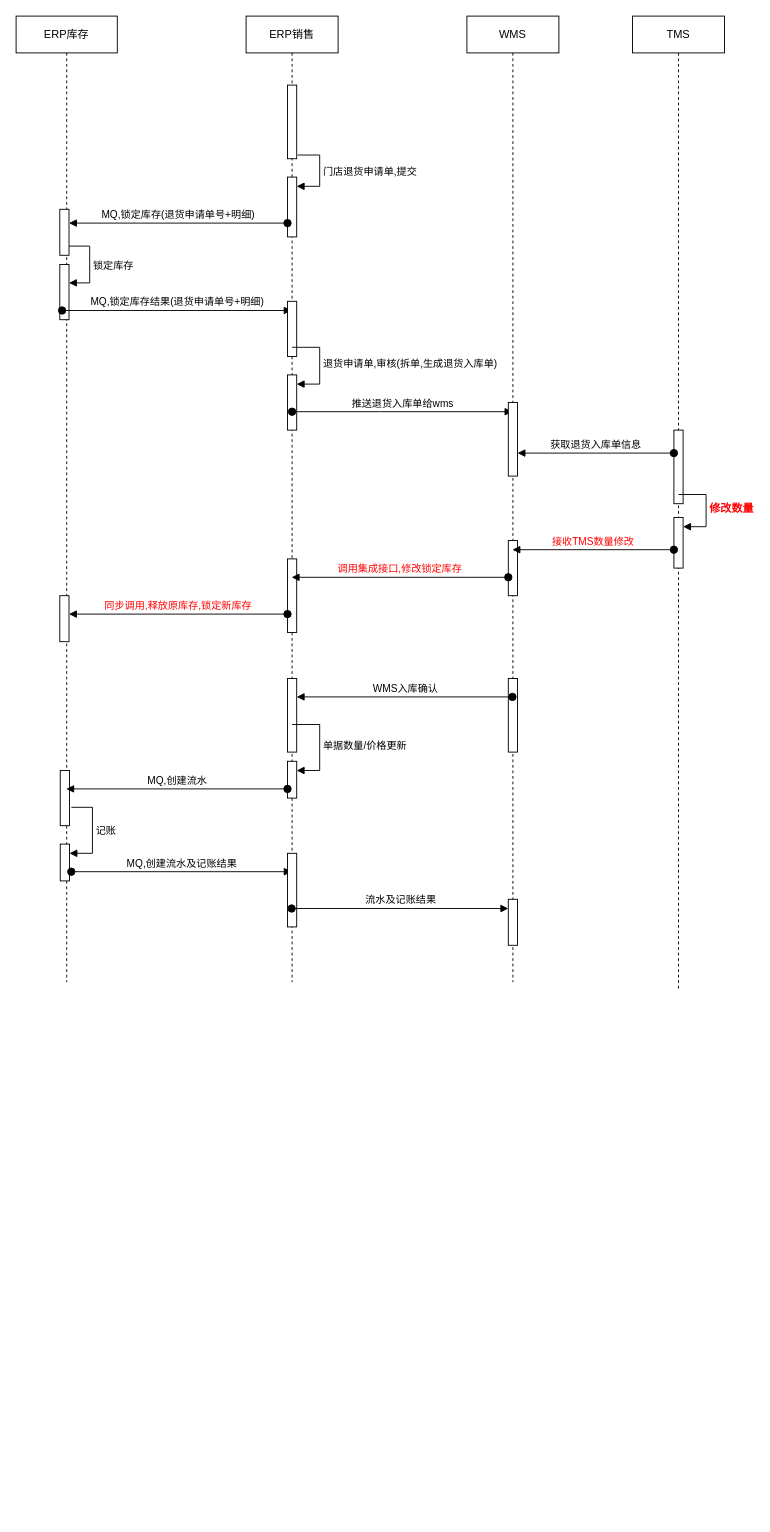
The draw.io diagram 退货无仓自动退.drawio in fengj1202/draw, before the edit. Source tidied: cells renumbered, new cells numbered last; positions are measured from the earlier drawing's top-left corner, leaving out a move shared by most shapes. Both pictures are drawn from the tidied source at 92%, with x=0, y=0 at pixel (16, 16).
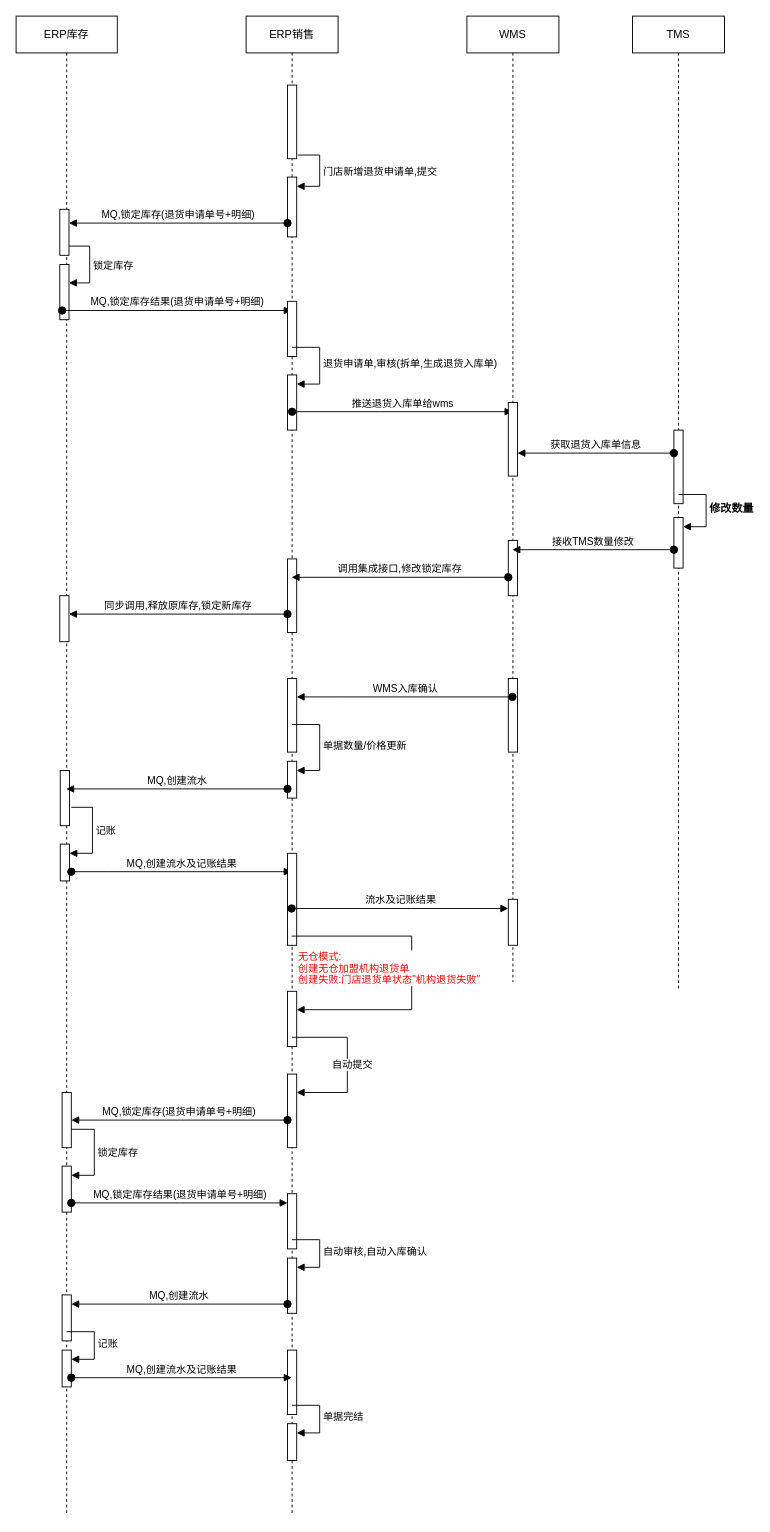
Above is the later version.

Commit message:
更新退货无仓自动退.drawio

The change refers to these unchanged cells:
```xml
<mxCell id="7" style="html=1;points=[];perimeter=orthogonalPerimeter;outlineConnect=0;targetShapes=umlLifeline;portConstraint=eastwest;newEdgeStyle={&quot;edgeStyle&quot;:&quot;elbowEdgeStyle&quot;,&quot;elbow&quot;:&quot;vertical&quot;,&quot;curved&quot;:0,&quot;rounded&quot;:0};" parent="2" vertex="1">
  <mxGeometry x="47.5" y="630" width="10" height="50" as="geometry" />
</mxCell>
<mxCell id="13" style="html=1;points=[];perimeter=orthogonalPerimeter;outlineConnect=0;targetShapes=umlLifeline;portConstraint=eastwest;newEdgeStyle={&quot;edgeStyle&quot;:&quot;elbowEdgeStyle&quot;,&quot;elbow&quot;:&quot;vertical&quot;,&quot;curved&quot;:0,&quot;rounded&quot;:0};" parent="12" vertex="1">
  <mxGeometry x="45" y="75" width="10" height="80" as="geometry" />
</mxCell>
<mxCell id="14" style="html=1;points=[];perimeter=orthogonalPerimeter;outlineConnect=0;targetShapes=umlLifeline;portConstraint=eastwest;newEdgeStyle={&quot;edgeStyle&quot;:&quot;elbowEdgeStyle&quot;,&quot;elbow&quot;:&quot;vertical&quot;,&quot;curved&quot;:0,&quot;rounded&quot;:0};" parent="12" vertex="1">
  <mxGeometry x="45" y="175" width="10" height="65" as="geometry" />
</mxCell>
<mxCell id="20" style="html=1;points=[];perimeter=orthogonalPerimeter;outlineConnect=0;targetShapes=umlLifeline;portConstraint=eastwest;newEdgeStyle={&quot;edgeStyle&quot;:&quot;elbowEdgeStyle&quot;,&quot;elbow&quot;:&quot;vertical&quot;,&quot;curved&quot;:0,&quot;rounded&quot;:0};" parent="12" vertex="1">
  <mxGeometry x="45" y="590" width="10" height="80" as="geometry" />
</mxCell>
<mxCell id="25" value="WMS" style="shape=umlLifeline;perimeter=lifelinePerimeter;whiteSpace=wrap;html=1;outlineConnect=0;" parent="1" vertex="1">
  <mxGeometry x="490" width="100" height="1050" as="geometry" />
</mxCell>
<mxCell id="27" style="html=1;points=[];perimeter=orthogonalPerimeter;outlineConnect=0;targetShapes=umlLifeline;portConstraint=eastwest;newEdgeStyle={&quot;edgeStyle&quot;:&quot;elbowEdgeStyle&quot;,&quot;elbow&quot;:&quot;vertical&quot;,&quot;curved&quot;:0,&quot;rounded&quot;:0};" parent="25" vertex="1">
  <mxGeometry x="45" y="570" width="10" height="60" as="geometry" />
</mxCell>
<mxCell id="30" value="TMS" style="shape=umlLifeline;perimeter=lifelinePerimeter;whiteSpace=wrap;html=1;" parent="1" vertex="1">
  <mxGeometry x="670" width="100" height="1060" as="geometry" />
</mxCell>
<mxCell id="32" style="html=1;points=[];perimeter=orthogonalPerimeter;outlineConnect=0;targetShapes=umlLifeline;portConstraint=eastwest;newEdgeStyle={&quot;edgeStyle&quot;:&quot;elbowEdgeStyle&quot;,&quot;elbow&quot;:&quot;vertical&quot;,&quot;curved&quot;:0,&quot;rounded&quot;:0};" parent="30" vertex="1">
  <mxGeometry x="45" y="545" width="10" height="55" as="geometry" />
</mxCell>
```

The edit, as a diff of the source:
```diff
@@
     <mxCell id="2" value="ERP库存" style="shape=umlLifeline;perimeter=lifelinePerimeter;whiteSpace=wrap;html=1;outlineConnect=0;" parent="1" vertex="1">
-      <mxGeometry width="110" height="1050" as="geometry" />
+      <mxGeometry width="110" height="1630" as="geometry" />
     </mxCell>
@@
+    <mxCell id="42" style="html=1;points=[];perimeter=orthogonalPerimeter;outlineConnect=0;targetShapes=umlLifeline;portConstraint=eastwest;newEdgeStyle={&quot;edgeStyle&quot;:&quot;elbowEdgeStyle&quot;,&quot;elbow&quot;:&quot;vertical&quot;,&quot;curved&quot;:0,&quot;rounded&quot;:0};" parent="2" vertex="1">
+      <mxGeometry x="50" y="1170" width="10" height="60" as="geometry" />
+    </mxCell>
+    <mxCell id="43" style="html=1;points=[];perimeter=orthogonalPerimeter;outlineConnect=0;targetShapes=umlLifeline;portConstraint=eastwest;newEdgeStyle={&quot;edgeStyle&quot;:&quot;elbowEdgeStyle&quot;,&quot;elbow&quot;:&quot;vertical&quot;,&quot;curved&quot;:0,&quot;rounded&quot;:0};" parent="2" vertex="1">
+      <mxGeometry x="50" y="1250" width="10" height="50" as="geometry" />
+    </mxCell>
+    <mxCell id="44" value="锁定库存" style="html=1;align=left;spacingLeft=2;endArrow=block;rounded=0;edgeStyle=orthogonalEdgeStyle;curved=0;rounded=0;" parent="2" edge="1" source="42" target="43">
+      <mxGeometry relative="1" as="geometry">
+        <Array as="points">
+          <mxPoint x="85" y="1210" />
+          <mxPoint x="85" y="1260" />
+        </Array>
+      </mxGeometry>
+    </mxCell>
+    <mxCell id="45" style="html=1;points=[];perimeter=orthogonalPerimeter;outlineConnect=0;targetShapes=umlLifeline;portConstraint=eastwest;newEdgeStyle={&quot;edgeStyle&quot;:&quot;elbowEdgeStyle&quot;,&quot;elbow&quot;:&quot;vertical&quot;,&quot;curved&quot;:0,&quot;rounded&quot;:0};" parent="2" vertex="1">
+      <mxGeometry x="50" y="1390" width="10" height="50" as="geometry" />
+    </mxCell>
+    <mxCell id="46" style="html=1;points=[];perimeter=orthogonalPerimeter;outlineConnect=0;targetShapes=umlLifeline;portConstraint=eastwest;newEdgeStyle={&quot;edgeStyle&quot;:&quot;elbowEdgeStyle&quot;,&quot;elbow&quot;:&quot;vertical&quot;,&quot;curved&quot;:0,&quot;rounded&quot;:0};" parent="2" vertex="1">
+      <mxGeometry x="50" y="1450" width="10" height="40" as="geometry" />
+    </mxCell>
+    <mxCell id="47" value="记账" style="html=1;align=left;spacingLeft=2;endArrow=block;rounded=0;edgeStyle=orthogonalEdgeStyle;curved=0;rounded=0;" parent="2" edge="1" target="46">
+      <mxGeometry relative="1" as="geometry">
+        <mxPoint x="55" y="1430" as="sourcePoint" />
+        <Array as="points">
+          <mxPoint x="85" y="1460" />
+        </Array>
+      </mxGeometry>
+    </mxCell>
     <mxCell id="12" value="ERP销售" style="shape=umlLifeline;perimeter=lifelinePerimeter;whiteSpace=wrap;html=1;outlineConnect=0;" parent="1" vertex="1">
-      <mxGeometry x="250" width="100" height="1050" as="geometry" />
+      <mxGeometry x="250" width="100" height="1630" as="geometry" />
     </mxCell>
@@
-    <mxCell id="15" value="门店退货申请单,提交" style="html=1;align=left;spacingLeft=2;endArrow=block;rounded=0;edgeStyle=orthogonalEdgeStyle;curved=0;rounded=0;exitX=1.1;exitY=0.95;exitDx=0;exitDy=0;exitPerimeter=0;" parent="12" edge="1" source="13" target="14">
+    <mxCell id="15" value="门店新增退货申请单,提交" style="html=1;align=left;spacingLeft=2;endArrow=block;rounded=0;edgeStyle=orthogonalEdgeStyle;curved=0;rounded=0;exitX=1.1;exitY=0.95;exitDx=0;exitDy=0;exitPerimeter=0;" parent="12" edge="1" source="13" target="14">
       <mxGeometry x="0.01" relative="1" as="geometry">
         <Array as="points">
           <mxPoint x="80" y="151" />
           <mxPoint x="80" y="185" />
         </Array>
       </mxGeometry>
     </mxCell>
@@
     <mxCell id="24" style="html=1;perimeter=orthogonalPerimeter;targetShapes=umlLifeline;newEdgeStyle={&quot;edgeStyle&quot;:&quot;elbowEdgeStyle&quot;,&quot;elbow&quot;:&quot;vertical&quot;,&quot;curved&quot;:0,&quot;rounded&quot;:0};" parent="12" vertex="1">
-      <mxGeometry x="45" y="910" width="10" height="80" as="geometry" />
+      <mxGeometry x="45" y="910" width="10" height="100" as="geometry" />
     </mxCell>
+    <mxCell id="48" style="html=1;points=[];perimeter=orthogonalPerimeter;outlineConnect=0;targetShapes=umlLifeline;portConstraint=eastwest;newEdgeStyle={&quot;edgeStyle&quot;:&quot;elbowEdgeStyle&quot;,&quot;elbow&quot;:&quot;vertical&quot;,&quot;curved&quot;:0,&quot;rounded&quot;:0};" parent="12" vertex="1">
+      <mxGeometry x="45" y="1060" width="10" height="60" as="geometry" />
+    </mxCell>
+    <mxCell id="49" style="html=1;align=left;spacingLeft=2;endArrow=block;rounded=0;edgeStyle=orthogonalEdgeStyle;curved=0;rounded=0;" parent="12" edge="1" source="12" target="48">
+      <mxGeometry relative="1" as="geometry">
+        <Array as="points">
+          <mxPoint x="180" y="1000" />
+          <mxPoint x="180" y="1080" />
+        </Array>
+      </mxGeometry>
+    </mxCell>
+    <mxCell id="50" value="&lt;div style=&quot;&quot;&gt;&lt;font color=&quot;#ff0000&quot;&gt;无仓模式:&lt;/font&gt;&lt;/div&gt;&lt;div style=&quot;&quot;&gt;&lt;font color=&quot;#ff0000&quot;&gt;创建无仓加盟机构退货单&lt;/font&gt;&lt;/div&gt;&lt;div style=&quot;&quot;&gt;&lt;font color=&quot;#ff0000&quot;&gt;创建失败:门店退货单状态&quot;机构退货失败&quot;&lt;/font&gt;&lt;/div&gt;" style="edgeLabel;html=1;align=left;verticalAlign=middle;" parent="49" vertex="1">
+      <mxGeometry x="0.28" y="1" relative="1" as="geometry">
+        <mxPoint x="-121" y="-47" as="offset" />
+      </mxGeometry>
+    </mxCell>
+    <mxCell id="51" style="html=1;points=[];perimeter=orthogonalPerimeter;outlineConnect=0;targetShapes=umlLifeline;portConstraint=eastwest;newEdgeStyle={&quot;edgeStyle&quot;:&quot;elbowEdgeStyle&quot;,&quot;elbow&quot;:&quot;vertical&quot;,&quot;curved&quot;:0,&quot;rounded&quot;:0};" parent="12" vertex="1">
+      <mxGeometry x="45" y="1150" width="10" height="80" as="geometry" />
+    </mxCell>
+    <mxCell id="52" value="自动提交" style="html=1;align=left;spacingLeft=2;endArrow=block;rounded=0;edgeStyle=orthogonalEdgeStyle;curved=0;rounded=0;" parent="12" edge="1" target="51">
+      <mxGeometry x="0.03" y="-20" relative="1" as="geometry">
+        <mxPoint x="50" y="1110" as="sourcePoint" />
+        <Array as="points">
+          <mxPoint x="110" y="1110" />
+          <mxPoint x="110" y="1170" />
+        </Array>
+      </mxGeometry>
+    </mxCell>
+    <mxCell id="53" style="html=1;points=[];perimeter=orthogonalPerimeter;outlineConnect=0;targetShapes=umlLifeline;portConstraint=eastwest;newEdgeStyle={&quot;edgeStyle&quot;:&quot;elbowEdgeStyle&quot;,&quot;elbow&quot;:&quot;vertical&quot;,&quot;curved&quot;:0,&quot;rounded&quot;:0};" parent="12" vertex="1">
+      <mxGeometry x="45" y="1280" width="10" height="60" as="geometry" />
+    </mxCell>
+    <mxCell id="54" style="html=1;points=[];perimeter=orthogonalPerimeter;outlineConnect=0;targetShapes=umlLifeline;portConstraint=eastwest;newEdgeStyle={&quot;edgeStyle&quot;:&quot;elbowEdgeStyle&quot;,&quot;elbow&quot;:&quot;vertical&quot;,&quot;curved&quot;:0,&quot;rounded&quot;:0};" parent="12" vertex="1">
+      <mxGeometry x="45" y="1350" width="10" height="60" as="geometry" />
+    </mxCell>
+    <mxCell id="55" value="自动审核,自动入库确认" style="html=1;align=left;spacingLeft=2;endArrow=block;rounded=0;edgeStyle=orthogonalEdgeStyle;curved=0;rounded=0;" parent="12" edge="1" target="54">
+      <mxGeometry relative="1" as="geometry">
+        <mxPoint x="50" y="1330" as="sourcePoint" />
+        <Array as="points">
+          <mxPoint x="80" y="1360" />
+        </Array>
+      </mxGeometry>
+    </mxCell>
+    <mxCell id="56" style="html=1;perimeter=orthogonalPerimeter;targetShapes=umlLifeline;newEdgeStyle={&quot;edgeStyle&quot;:&quot;elbowEdgeStyle&quot;,&quot;elbow&quot;:&quot;vertical&quot;,&quot;curved&quot;:0,&quot;rounded&quot;:0};" parent="12" vertex="1">
+      <mxGeometry x="45" y="1450" width="10" height="70" as="geometry" />
+    </mxCell>
+    <mxCell id="57" style="html=1;points=[];perimeter=orthogonalPerimeter;outlineConnect=0;targetShapes=umlLifeline;portConstraint=eastwest;newEdgeStyle={&quot;edgeStyle&quot;:&quot;elbowEdgeStyle&quot;,&quot;elbow&quot;:&quot;vertical&quot;,&quot;curved&quot;:0,&quot;rounded&quot;:0};" parent="12" vertex="1">
+      <mxGeometry x="45" y="1530" width="10" height="40" as="geometry" />
+    </mxCell>
+    <mxCell id="58" value="单据完结" style="html=1;align=left;spacingLeft=2;endArrow=block;rounded=0;edgeStyle=orthogonalEdgeStyle;curved=0;rounded=0;" parent="12" edge="1" target="57">
+      <mxGeometry relative="1" as="geometry">
+        <mxPoint x="50" y="1510" as="sourcePoint" />
+        <Array as="points">
+          <mxPoint x="80" y="1540" />
+        </Array>
+      </mxGeometry>
+    </mxCell>
@@
-    <mxCell id="33" value="&lt;b&gt;&lt;font color=&quot;#ff0000&quot; style=&quot;font-size: 12px;&quot;&gt;修改数量&lt;/font&gt;&lt;/b&gt;" style="html=1;align=left;spacingLeft=2;endArrow=block;rounded=0;edgeStyle=orthogonalEdgeStyle;curved=0;rounded=0;" parent="30" edge="1" target="32">
+    <mxCell id="33" value="&lt;b&gt;&lt;font style=&quot;font-size: 12px;&quot;&gt;修改数量&lt;/font&gt;&lt;/b&gt;" style="html=1;align=left;spacingLeft=2;endArrow=block;rounded=0;edgeStyle=orthogonalEdgeStyle;curved=0;rounded=0;" parent="30" edge="1" target="32">
       <mxGeometry relative="1" as="geometry">
         <mxPoint x="50" y="520" as="sourcePoint" />
         <Array as="points">
           <mxPoint x="80" y="555" />
         </Array>
       </mxGeometry>
     </mxCell>
@@
-    <mxCell id="36" value="&lt;font color=&quot;#ff0000&quot;&gt;接收TMS数量修改&lt;/font&gt;" style="html=1;verticalAlign=bottom;startArrow=oval;startFill=1;endArrow=block;startSize=8;edgeStyle=elbowEdgeStyle;elbow=vertical;curved=0;rounded=0;" parent="1" edge="1" source="32" target="25">
+    <mxCell id="36" value="接收TMS数量修改" style="html=1;verticalAlign=bottom;startArrow=oval;startFill=1;endArrow=block;startSize=8;edgeStyle=elbowEdgeStyle;elbow=vertical;curved=0;rounded=0;" parent="1" edge="1" source="32" target="25">
       <mxGeometry relative="1" as="geometry">
         <Array as="points">
           <mxPoint x="710" y="580" />
         </Array>
       </mxGeometry>
     </mxCell>
-    <mxCell id="37" value="&lt;font color=&quot;#ff0000&quot;&gt;调用集成接口,修改锁定库存&lt;/font&gt;" style="html=1;verticalAlign=bottom;startArrow=oval;startFill=1;endArrow=block;startSize=8;edgeStyle=elbowEdgeStyle;elbow=vertical;curved=0;rounded=0;" parent="1" edge="1" source="27" target="12">
+    <mxCell id="37" value="调用集成接口,修改锁定库存" style="html=1;verticalAlign=bottom;startArrow=oval;startFill=1;endArrow=block;startSize=8;edgeStyle=elbowEdgeStyle;elbow=vertical;curved=0;rounded=0;" parent="1" edge="1" source="27" target="12">
       <mxGeometry relative="1" as="geometry">
         <Array as="points">
           <mxPoint x="490" y="610" />
         </Array>
       </mxGeometry>
     </mxCell>
-    <mxCell id="38" value="&lt;font color=&quot;#ff0000&quot;&gt;同步调用,释放原库存,锁定新库存&lt;/font&gt;" style="html=1;verticalAlign=bottom;startArrow=oval;startFill=1;endArrow=block;startSize=8;edgeStyle=elbowEdgeStyle;elbow=vertical;curved=0;rounded=0;" parent="1" edge="1" source="20" target="7">
+    <mxCell id="38" value="同步调用,释放原库存,锁定新库存" style="html=1;verticalAlign=bottom;startArrow=oval;startFill=1;endArrow=block;startSize=8;edgeStyle=elbowEdgeStyle;elbow=vertical;curved=0;rounded=0;" parent="1" edge="1" source="20" target="7">
       <mxGeometry relative="1" as="geometry">
         <Array as="points">
           <mxPoint x="160" y="650" />
           <mxPoint x="150" y="680" />
         </Array>
       </mxGeometry>
     </mxCell>
@@
+    <mxCell id="59" value="MQ,锁定库存(退货申请单号+明细)" style="html=1;verticalAlign=bottom;startArrow=oval;startFill=1;endArrow=block;startSize=8;edgeStyle=elbowEdgeStyle;elbow=vertical;curved=0;rounded=0;" parent="1" edge="1" source="51" target="42">
+      <mxGeometry relative="1" as="geometry" />
+    </mxCell>
+    <mxCell id="60" value="MQ,锁定库存结果(退货申请单号+明细)" style="html=1;verticalAlign=bottom;startArrow=oval;startFill=1;endArrow=block;startSize=8;edgeStyle=elbowEdgeStyle;elbow=vertical;curved=0;rounded=0;" parent="1" edge="1" source="43" target="53">
+      <mxGeometry relative="1" as="geometry" />
+    </mxCell>
+    <mxCell id="61" value="MQ,创建流水" style="html=1;verticalAlign=bottom;startArrow=oval;startFill=1;endArrow=block;startSize=8;edgeStyle=elbowEdgeStyle;elbow=vertical;curved=0;rounded=0;" parent="1" edge="1" source="54" target="45">
+      <mxGeometry relative="1" as="geometry" />
+    </mxCell>
+    <mxCell id="62" value="MQ,创建流水及记账结果" style="html=1;verticalAlign=bottom;startArrow=oval;startFill=1;endArrow=block;startSize=8;edgeStyle=elbowEdgeStyle;elbow=vertical;curved=0;rounded=0;" parent="1" edge="1" source="46" target="12">
+      <mxGeometry relative="1" as="geometry">
+        <Array as="points">
+          <mxPoint x="200" y="1480" />
+        </Array>
+      </mxGeometry>
+    </mxCell>
```
